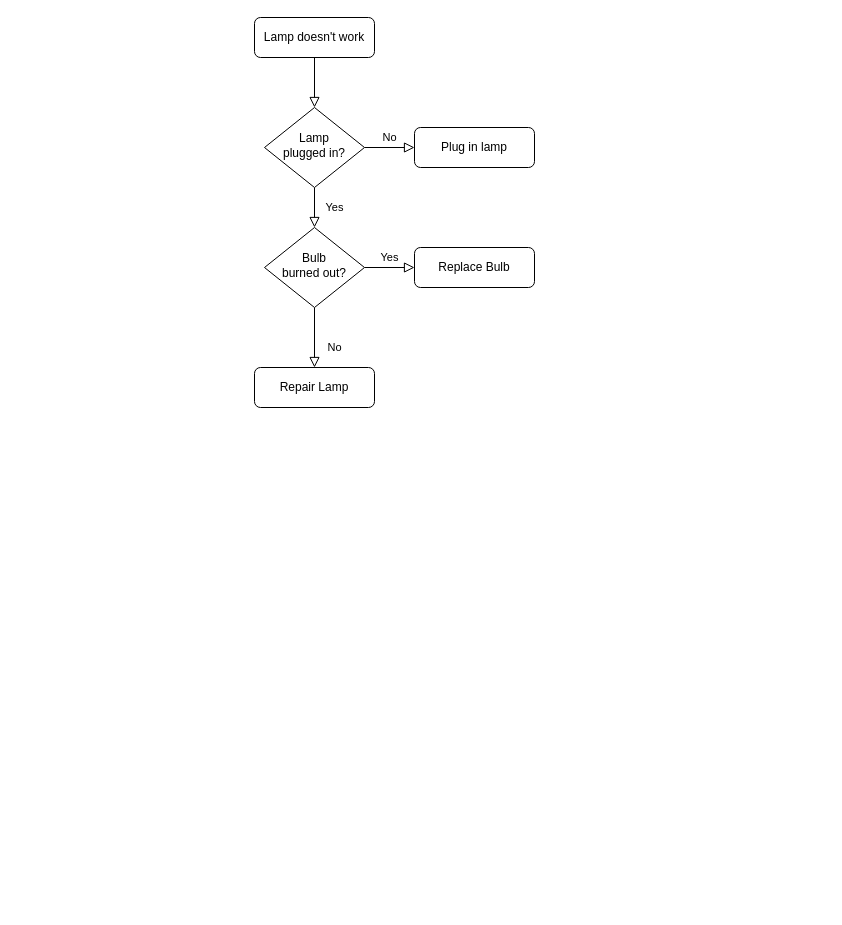
Before: CompanyUse/HongHanDongMan/UML/正远新增内容.drawio in Istaya/Gallery, a draw.io diagram. Source tidied: cells renumbered, new cells numbered last; positions are measured from the earlier drawing's top-left corner, leaving out a move shared by most shapes. Both pictures are drawn from the tidied source at 100%, with x=0, y=0 at pixel (254, 17).
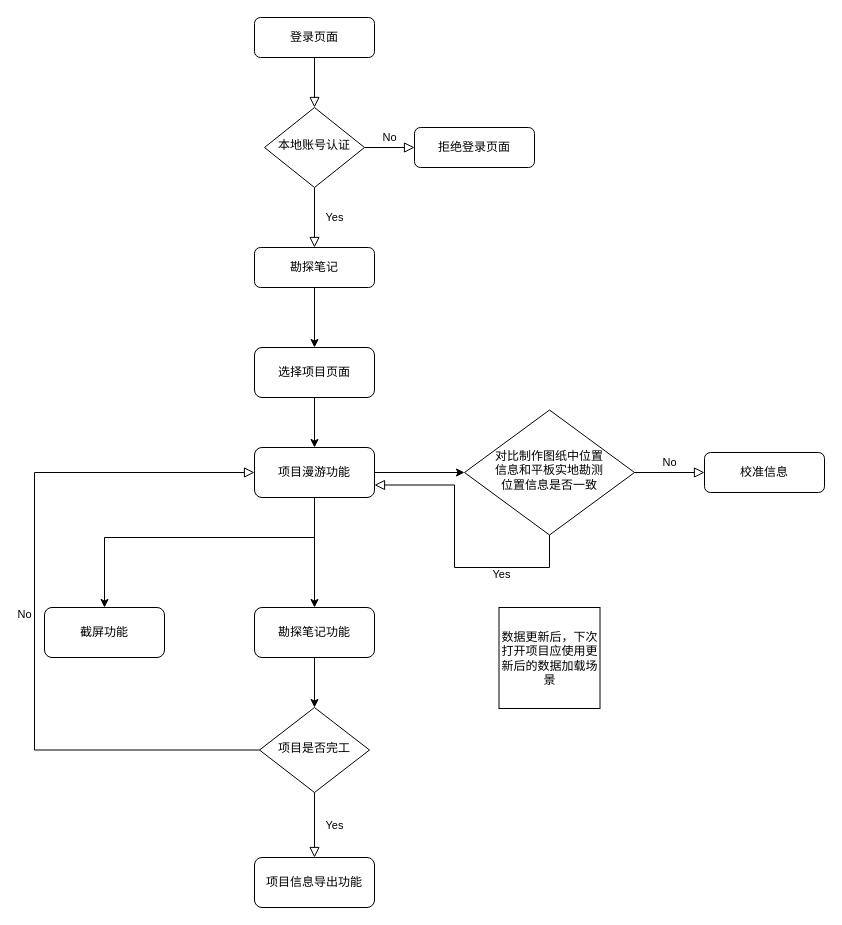
The same page after the edit.

Commit message:
更新正远新增内容.drawio

What changed in the source:
```diff
@@
-    <mxCell id="3" value="Lamp doesn't work" style="rounded=1;whiteSpace=wrap;html=1;fontSize=12;glass=0;strokeWidth=1;shadow=0;" parent="1" vertex="1">
+    <mxCell id="3" value="登录页面" style="rounded=1;whiteSpace=wrap;html=1;fontSize=12;glass=0;strokeWidth=1;shadow=0;" parent="1" vertex="1">
       <mxGeometry width="120" height="40" as="geometry" />
     </mxCell>
-    <mxCell id="4" value="Yes" style="rounded=0;html=1;jettySize=auto;fontSize=11;endArrow=block;endFill=0;endSize=8;strokeWidth=1;shadow=0;labelBackgroundColor=none;edgeStyle=orthogonalEdgeStyle;" parent="1" edge="1" source="6" target="10">
+    <mxCell id="4" value="Yes" style="rounded=0;html=1;jettySize=auto;fontSize=11;endArrow=block;endFill=0;endSize=8;strokeWidth=1;shadow=0;labelBackgroundColor=none;edgeStyle=orthogonalEdgeStyle;entryX=0.5;entryY=0;entryDx=0;entryDy=0;" parent="1" edge="1" source="6" target="11">
       <mxGeometry y="20" relative="1" as="geometry" />
     </mxCell>
@@
-    <mxCell id="6" value="Lamp&lt;br&gt;plugged in?" style="rhombus;whiteSpace=wrap;html=1;shadow=0;fontFamily=Helvetica;fontSize=12;align=center;strokeWidth=1;spacing=6;spacingTop=-4;" parent="1" vertex="1">
+    <mxCell id="6" value="本地账号认证" style="rhombus;whiteSpace=wrap;html=1;shadow=0;fontFamily=Helvetica;fontSize=12;align=center;strokeWidth=1;spacing=6;spacingTop=-4;" parent="1" vertex="1">
       <mxGeometry x="10" y="90" width="100" height="80" as="geometry" />
     </mxCell>
-    <mxCell id="7" value="Plug in lamp" style="rounded=1;whiteSpace=wrap;html=1;fontSize=12;glass=0;strokeWidth=1;shadow=0;" parent="1" vertex="1">
+    <mxCell id="7" value="拒绝登录页面" style="rounded=1;whiteSpace=wrap;html=1;fontSize=12;glass=0;strokeWidth=1;shadow=0;" parent="1" vertex="1">
       <mxGeometry x="160" y="110" width="120" height="40" as="geometry" />
     </mxCell>
-    <mxCell id="8" value="No" style="rounded=0;html=1;jettySize=auto;fontSize=11;endArrow=block;endFill=0;endSize=8;strokeWidth=1;shadow=0;labelBackgroundColor=none;edgeStyle=orthogonalEdgeStyle;" parent="1" edge="1" source="10" target="11">
-      <mxGeometry x="0.33" y="20" relative="1" as="geometry" />
-    </mxCell>
-    <mxCell id="9" value="Yes" style="edgeStyle=orthogonalEdgeStyle;rounded=0;html=1;jettySize=auto;fontSize=11;endArrow=block;endFill=0;endSize=8;strokeWidth=1;shadow=0;labelBackgroundColor=none;" parent="1" edge="1" source="10" target="12">
-      <mxGeometry y="10" relative="1" as="geometry" />
-    </mxCell>
-    <mxCell id="10" value="Bulb&lt;br&gt;burned out?" style="rhombus;whiteSpace=wrap;html=1;shadow=0;fontFamily=Helvetica;fontSize=12;align=center;strokeWidth=1;spacing=6;spacingTop=-4;" parent="1" vertex="1">
-      <mxGeometry x="10" y="210" width="100" height="80" as="geometry" />
-    </mxCell>
+    <mxCell id="13" style="edgeStyle=orthogonalEdgeStyle;rounded=0;jettySize=auto;html=1;" parent="1" edge="1" source="11" target="15">
+      <mxGeometry relative="1" as="geometry" />
+    </mxCell>
-    <mxCell id="11" value="Repair Lamp" style="rounded=1;whiteSpace=wrap;html=1;fontSize=12;glass=0;strokeWidth=1;shadow=0;" parent="1" vertex="1">
-      <mxGeometry y="350" width="120" height="40" as="geometry" />
+    <mxCell id="11" value="勘探笔记" style="rounded=1;whiteSpace=wrap;html=1;fontSize=12;glass=0;strokeWidth=1;shadow=0;" parent="1" vertex="1">
+      <mxGeometry y="230" width="120" height="40" as="geometry" />
     </mxCell>
-    <mxCell id="12" value="Replace Bulb" style="rounded=1;whiteSpace=wrap;html=1;fontSize=12;glass=0;strokeWidth=1;shadow=0;" parent="1" vertex="1">
-      <mxGeometry x="160" y="230" width="120" height="40" as="geometry" />
-    </mxCell>
+    <mxCell id="14" style="edgeStyle=orthogonalEdgeStyle;rounded=0;jettySize=auto;html=1;" parent="1" edge="1" source="15" target="19">
+      <mxGeometry relative="1" as="geometry" />
+    </mxCell>
+    <mxCell id="15" value="选择项目页面" style="rounded=1;whiteSpace=wrap;html=1;fontSize=12;glass=0;strokeWidth=1;shadow=0;" parent="1" vertex="1">
+      <mxGeometry y="330" width="120" height="50" as="geometry" />
+    </mxCell>
+    <mxCell id="16" style="edgeStyle=orthogonalEdgeStyle;rounded=0;jettySize=auto;html=1;entryX=0;entryY=0.5;entryDx=0;entryDy=0;" parent="1" edge="1" source="19" target="20">
+      <mxGeometry relative="1" as="geometry" />
+    </mxCell>
+    <mxCell id="17" style="edgeStyle=orthogonalEdgeStyle;rounded=0;jettySize=auto;html=1;entryX=0.5;entryY=0;entryDx=0;entryDy=0;" parent="1" edge="1" source="19" target="24">
+      <mxGeometry relative="1" as="geometry">
+        <Array as="points">
+          <mxPoint x="60" y="520" />
+          <mxPoint x="-150" y="520" />
+        </Array>
+      </mxGeometry>
+    </mxCell>
+    <mxCell id="18" style="edgeStyle=orthogonalEdgeStyle;rounded=0;jettySize=auto;html=1;" parent="1" edge="1" source="19" target="26">
+      <mxGeometry relative="1" as="geometry" />
+    </mxCell>
+    <mxCell id="19" value="项目漫游功能" style="rounded=1;whiteSpace=wrap;html=1;fontSize=12;glass=0;strokeWidth=1;shadow=0;" parent="1" vertex="1">
+      <mxGeometry y="430" width="120" height="50" as="geometry" />
+    </mxCell>
+    <mxCell id="20" value="对比制作图纸中位置&lt;div&gt;信息&lt;span style=&quot;background-color: initial;&quot;&gt;和平板实地勘测&lt;/span&gt;&lt;/div&gt;&lt;div&gt;&lt;span style=&quot;background-color: initial;&quot;&gt;位置信息是否一致&lt;/span&gt;&lt;/div&gt;" style="rhombus;whiteSpace=wrap;html=1;shadow=0;fontFamily=Helvetica;fontSize=12;align=center;strokeWidth=1;spacing=6;spacingTop=-4;" parent="1" vertex="1">
+      <mxGeometry x="210" y="392.5" width="170" height="125" as="geometry" />
+    </mxCell>
+    <mxCell id="21" value="Yes" style="rounded=0;html=1;jettySize=auto;fontSize=11;endArrow=block;endFill=0;endSize=8;strokeWidth=1;shadow=0;labelBackgroundColor=none;edgeStyle=orthogonalEdgeStyle;exitX=0.5;exitY=1;exitDx=0;exitDy=0;entryX=1;entryY=0.75;entryDx=0;entryDy=0;" parent="1" edge="1" source="20" target="19">
+      <mxGeometry x="-0.44" y="7" relative="1" as="geometry">
+        <Array as="points">
+          <mxPoint x="295" y="550" />
+          <mxPoint x="200" y="550" />
+          <mxPoint x="200" y="468" />
+        </Array>
+      </mxGeometry>
+    </mxCell>
+    <mxCell id="22" value="校准信息" style="rounded=1;whiteSpace=wrap;html=1;fontSize=12;glass=0;strokeWidth=1;shadow=0;" parent="1" vertex="1">
+      <mxGeometry x="450" y="435" width="120" height="40" as="geometry" />
+    </mxCell>
+    <mxCell id="23" value="No" style="edgeStyle=orthogonalEdgeStyle;rounded=0;html=1;jettySize=auto;fontSize=11;endArrow=block;endFill=0;endSize=8;strokeWidth=1;shadow=0;labelBackgroundColor=none;exitX=1;exitY=0.5;exitDx=0;exitDy=0;entryX=0;entryY=0.5;entryDx=0;entryDy=0;" parent="1" edge="1" source="20" target="22">
+      <mxGeometry y="10" relative="1" as="geometry" />
+    </mxCell>
+    <mxCell id="24" value="截屏功能" style="rounded=1;whiteSpace=wrap;html=1;fontSize=12;glass=0;strokeWidth=1;shadow=0;" parent="1" vertex="1">
+      <mxGeometry x="-210" y="590" width="120" height="50" as="geometry" />
+    </mxCell>
+    <mxCell id="25" style="edgeStyle=orthogonalEdgeStyle;rounded=0;jettySize=auto;html=1;entryX=0.5;entryY=0;entryDx=0;entryDy=0;" parent="1" edge="1" source="26" target="28">
+      <mxGeometry relative="1" as="geometry" />
+    </mxCell>
+    <mxCell id="26" value="勘探笔记功能" style="rounded=1;whiteSpace=wrap;html=1;fontSize=12;glass=0;strokeWidth=1;shadow=0;" parent="1" vertex="1">
+      <mxGeometry y="590" width="120" height="50" as="geometry" />
+    </mxCell>
+    <mxCell id="27" value="项目信息导出功能" style="rounded=1;whiteSpace=wrap;html=1;fontSize=12;glass=0;strokeWidth=1;shadow=0;" parent="1" vertex="1">
+      <mxGeometry y="840" width="120" height="50" as="geometry" />
+    </mxCell>
+    <mxCell id="28" value="项目是否完工" style="rhombus;whiteSpace=wrap;html=1;shadow=0;fontFamily=Helvetica;fontSize=12;align=center;strokeWidth=1;spacing=6;spacingTop=-4;" parent="1" vertex="1">
+      <mxGeometry x="5" y="690" width="110" height="85" as="geometry" />
+    </mxCell>
+    <mxCell id="29" value="Yes" style="rounded=0;html=1;jettySize=auto;fontSize=11;endArrow=block;endFill=0;endSize=8;strokeWidth=1;shadow=0;labelBackgroundColor=none;edgeStyle=orthogonalEdgeStyle;entryX=0.5;entryY=0;entryDx=0;entryDy=0;exitX=0.5;exitY=1;exitDx=0;exitDy=0;" parent="1" edge="1" source="28" target="27">
+      <mxGeometry y="20" relative="1" as="geometry" />
+    </mxCell>
+    <mxCell id="30" value="No" style="edgeStyle=orthogonalEdgeStyle;rounded=0;html=1;jettySize=auto;fontSize=11;endArrow=block;endFill=0;endSize=8;strokeWidth=1;shadow=0;labelBackgroundColor=none;exitX=0;exitY=0.5;exitDx=0;exitDy=0;entryX=0;entryY=0.5;entryDx=0;entryDy=0;" parent="1" edge="1" source="28" target="19">
+      <mxGeometry y="10" relative="1" as="geometry">
+        <Array as="points">
+          <mxPoint x="-220" y="733" />
+          <mxPoint x="-220" y="455" />
+        </Array>
+      </mxGeometry>
+    </mxCell>
+    <mxCell id="31" value="数据更新后，下次打开项目应使用更新后的数据加载场景" style="whiteSpace=wrap;html=1;" parent="1" vertex="1">
+      <mxGeometry x="244.5" y="590" width="101" height="101" as="geometry" />
+    </mxCell>
```
